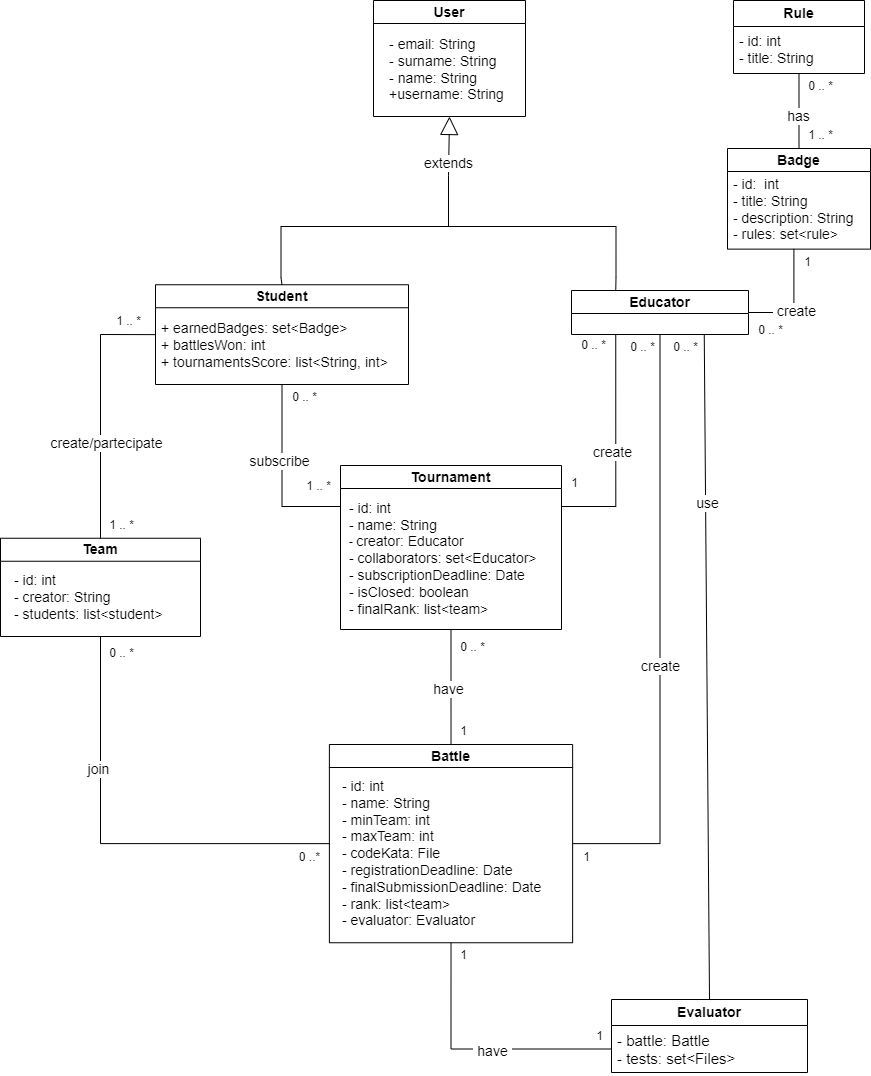
The draw.io diagram diagrams/class diagram (UML)/class_diagram.png in mttcrn/software-engineering-II-project, before a commit. Source tidied: cells renumbered, new cells last; positions are measured from the earlier drawing's top-left corner, leaving out a move shared by most shapes.
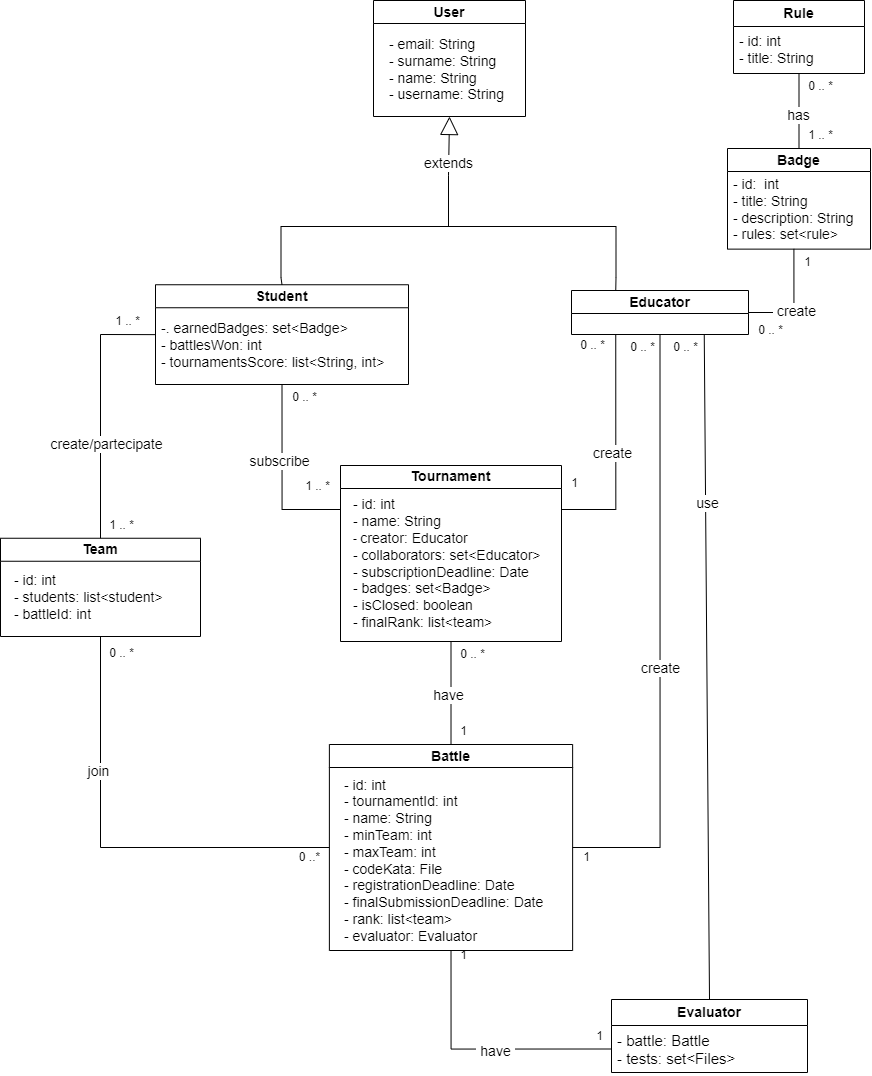
The same file after the commit.

The edit, as a diff of the source:
```diff
@@ -5,14 +5,14 @@
     <mxCell id="2" value="&lt;font style=&quot;font-size: 14px;&quot;&gt;User&lt;/font&gt;" style="swimlane;whiteSpace=wrap;html=1;startSize=23;rounded=0;labelBackgroundColor=none;" parent="1" vertex="1">
       <mxGeometry x="373" width="152" height="116" as="geometry" />
     </mxCell>
-    <mxCell id="3" value="&lt;div style=&quot;text-align: left;&quot;&gt;&lt;span style=&quot;font-size: 14px; background-color: initial;&quot;&gt;- email: String&amp;nbsp;&lt;/span&gt;&lt;/div&gt;&lt;font style=&quot;font-size: 14px;&quot;&gt;&lt;div style=&quot;text-align: left;&quot;&gt;&lt;span style=&quot;background-color: initial;&quot;&gt;- surname: String&lt;/span&gt;&lt;/div&gt;&lt;div style=&quot;text-align: left;&quot;&gt;&lt;span style=&quot;background-color: initial;&quot;&gt;- name: String&lt;/span&gt;&lt;/div&gt;&lt;div style=&quot;text-align: left;&quot;&gt;&lt;span style=&quot;background-color: initial;&quot;&gt;+username: String&lt;/span&gt;&lt;/div&gt;&lt;/font&gt;" style="text;html=1;align=center;verticalAlign=middle;strokeColor=none;fillColor=none;rounded=0;labelBackgroundColor=none;" parent="2" vertex="1">
+    <mxCell id="3" value="&lt;div style=&quot;text-align: left;&quot;&gt;&lt;span style=&quot;font-size: 14px; background-color: initial;&quot;&gt;- email: String&amp;nbsp;&lt;/span&gt;&lt;/div&gt;&lt;font style=&quot;font-size: 14px;&quot;&gt;&lt;div style=&quot;text-align: left;&quot;&gt;&lt;span style=&quot;background-color: initial;&quot;&gt;- surname: String&lt;/span&gt;&lt;/div&gt;&lt;div style=&quot;text-align: left;&quot;&gt;&lt;span style=&quot;background-color: initial;&quot;&gt;- name: String&lt;/span&gt;&lt;/div&gt;&lt;div style=&quot;text-align: left;&quot;&gt;&lt;span style=&quot;background-color: initial;&quot;&gt;- username: String&lt;/span&gt;&lt;/div&gt;&lt;/font&gt;" style="text;html=1;align=center;verticalAlign=middle;strokeColor=none;fillColor=none;rounded=0;labelBackgroundColor=none;" parent="2" vertex="1">
       <mxGeometry x="6" y="29" width="133" height="79" as="geometry" />
     </mxCell>
     <mxCell id="4" value="&lt;font style=&quot;font-size: 14px;&quot;&gt;Student&lt;/font&gt;" style="swimlane;whiteSpace=wrap;html=1;rounded=0;labelBackgroundColor=none;" parent="1" vertex="1">
       <mxGeometry x="155" y="284.2" width="253" height="99.8" as="geometry" />
     </mxCell>
-    <mxCell id="5" value="&lt;font style=&quot;font-size: 14px;&quot;&gt;+ earnedBadges: set&amp;lt;Badge&amp;gt;&lt;br&gt;+ battlesWon: int&lt;br&gt;+ tournamentsScore: list&amp;lt;String, int&amp;gt;&lt;br&gt;&lt;/font&gt;" style="text;html=1;align=left;verticalAlign=middle;strokeColor=none;fillColor=none;rounded=0;labelBackgroundColor=none;" parent="4" vertex="1">
-      <mxGeometry x="4" y="29.5" width="245" height="62" as="geometry" />
+    <mxCell id="5" value="&lt;font style=&quot;font-size: 14px;&quot;&gt;-. earnedBadges: set&amp;lt;Badge&amp;gt;&lt;br&gt;- battlesWon: int&lt;br&gt;- tournamentsScore: list&amp;lt;String, int&amp;gt;&lt;br&gt;&lt;/font&gt;" style="text;html=1;align=left;verticalAlign=middle;strokeColor=none;fillColor=none;rounded=0;labelBackgroundColor=none;" parent="4" vertex="1">
+      <mxGeometry x="4" y="29.5" width="241" height="62" as="geometry" />
     </mxCell>
     <mxCell id="6" value="&lt;font style=&quot;font-size: 14px;&quot;&gt;Educator&lt;/font&gt;" style="swimlane;whiteSpace=wrap;html=1;rounded=0;labelBackgroundColor=none;" parent="1" vertex="1">
       <mxGeometry x="571" y="290" width="177" height="44" as="geometry" />
@@ -21,10 +21,10 @@
       <mxGeometry x="-0.6" relative="1" as="geometry" />
     </mxCell>
     <mxCell id="8" value="&lt;font style=&quot;font-size: 14px;&quot;&gt;Tournament&lt;/font&gt;" style="swimlane;whiteSpace=wrap;html=1;rounded=0;labelBackgroundColor=none;" parent="1" vertex="1">
-      <mxGeometry x="340" y="465" width="221" height="164" as="geometry" />
+      <mxGeometry x="340" y="465" width="221" height="176" as="geometry" />
     </mxCell>
-    <mxCell id="9" value="&lt;font style=&quot;&quot;&gt;&lt;span style=&quot;font-size: 14px;&quot;&gt;- id: int&lt;/span&gt;&lt;br&gt;&lt;span style=&quot;font-size: 14px;&quot;&gt;- name: String&lt;br&gt;&lt;/span&gt;- &lt;font style=&quot;font-size: 14px;&quot;&gt;creator: Educator&lt;br&gt;&lt;/font&gt;&lt;font style=&quot;font-size: 14px;&quot;&gt;- collaborators: set&amp;lt;Educator&amp;gt;&lt;/font&gt;&lt;br&gt;&lt;div style=&quot;&quot;&gt;&lt;span style=&quot;font-size: 14px;&quot;&gt;- subscriptionDeadline: Date&lt;/span&gt;&lt;/div&gt;&lt;div style=&quot;&quot;&gt;&lt;span style=&quot;font-size: 14px;&quot;&gt;- isClosed: boolean&lt;/span&gt;&lt;/div&gt;&lt;div style=&quot;&quot;&gt;&lt;span style=&quot;font-size: 14px;&quot;&gt;- finalRank: list&amp;lt;team&amp;gt;&lt;/span&gt;&lt;/div&gt;&lt;/font&gt;" style="text;html=1;align=left;verticalAlign=middle;strokeColor=none;fillColor=none;rounded=0;labelBackgroundColor=none;" parent="8" vertex="1">
-      <mxGeometry x="6.5" y="28" width="206" height="130" as="geometry" />
+    <mxCell id="9" value="&lt;font style=&quot;&quot;&gt;&lt;span style=&quot;font-size: 14px;&quot;&gt;- id: int&lt;/span&gt;&lt;br&gt;&lt;span style=&quot;font-size: 14px;&quot;&gt;- name: String&lt;br&gt;&lt;/span&gt;- &lt;font style=&quot;font-size: 14px;&quot;&gt;creator: Educator&lt;br&gt;&lt;/font&gt;&lt;font style=&quot;font-size: 14px;&quot;&gt;- collaborators: set&amp;lt;Educator&amp;gt;&lt;/font&gt;&lt;br&gt;&lt;div style=&quot;&quot;&gt;&lt;span style=&quot;font-size: 14px;&quot;&gt;- subscriptionDeadline: Date&lt;/span&gt;&lt;/div&gt;&lt;div style=&quot;&quot;&gt;&lt;span style=&quot;font-size: 14px;&quot;&gt;- badges: set&amp;lt;Badge&amp;gt;&lt;/span&gt;&lt;/div&gt;&lt;div style=&quot;&quot;&gt;&lt;span style=&quot;font-size: 14px;&quot;&gt;- isClosed: boolean&lt;/span&gt;&lt;/div&gt;&lt;div style=&quot;&quot;&gt;&lt;span style=&quot;font-size: 14px;&quot;&gt;- finalRank: list&amp;lt;team&amp;gt;&lt;/span&gt;&lt;/div&gt;&lt;/font&gt;" style="text;html=1;align=left;verticalAlign=middle;strokeColor=none;fillColor=none;rounded=0;labelBackgroundColor=none;" parent="8" vertex="1">
+      <mxGeometry x="11" y="25" width="206" height="146" as="geometry" />
     </mxCell>
     <mxCell id="10" style="endArrow=none;html=1;rounded=0;entryX=0.5;entryY=1;entryDx=0;entryDy=0;exitX=0;exitY=0.25;exitDx=0;exitDy=0;enumerate=0;labelBackgroundColor=none;fontColor=default;edgeStyle=orthogonalEdgeStyle;" parent="1" edge="1" source="8" target="4">
       <mxGeometry relative="1" as="geometry" />
@@ -49,10 +49,10 @@
       <mxGeometry x="561" y="470" width="25" height="26" as="geometry" />
     </mxCell>
     <mxCell id="16" value="&lt;font style=&quot;font-size: 14px;&quot;&gt;Battle&lt;/font&gt;" style="swimlane;whiteSpace=wrap;html=1;rounded=0;labelBackgroundColor=none;" parent="1" vertex="1">
-      <mxGeometry x="328.9" y="744" width="243.2" height="198.2" as="geometry" />
+      <mxGeometry x="328.9" y="744" width="243.2" height="206" as="geometry" />
     </mxCell>
-    <mxCell id="17" value="&lt;font style=&quot;font-size: 14px;&quot;&gt;- id: int&lt;br&gt;- name: String&lt;br&gt;- minTeam: int&lt;br&gt;- maxTeam: int&lt;br&gt;- codeKata: File&lt;br&gt;- registrationDeadline: Date&lt;br&gt;- finalSubmissionDeadline: Date&lt;br&gt;- rank: list&amp;lt;team&amp;gt;&lt;br&gt;- evaluator: Evaluator&lt;br&gt;&lt;/font&gt;" style="text;html=1;align=left;verticalAlign=middle;strokeColor=none;fillColor=none;rounded=0;labelBackgroundColor=none;" parent="16" vertex="1">
-      <mxGeometry x="11.2" y="27" width="217" height="163" as="geometry" />
+    <mxCell id="17" value="&lt;font style=&quot;font-size: 14px;&quot;&gt;- id: int&lt;br&gt;- tournamentId: int&lt;br&gt;- name: String&lt;br&gt;- minTeam: int&lt;br&gt;- maxTeam: int&lt;br&gt;- codeKata: File&lt;br&gt;- registrationDeadline: Date&lt;br&gt;- finalSubmissionDeadline: Date&lt;br&gt;- rank: list&amp;lt;team&amp;gt;&lt;br&gt;- evaluator: Evaluator&lt;br&gt;&lt;/font&gt;" style="text;html=1;align=left;verticalAlign=middle;strokeColor=none;fillColor=none;rounded=0;labelBackgroundColor=none;" parent="16" vertex="1">
+      <mxGeometry x="13.1" y="26" width="217" height="180" as="geometry" />
     </mxCell>
     <mxCell id="18" style="endArrow=none;html=1;rounded=0;entryX=0.5;entryY=1;entryDx=0;entryDy=0;exitX=0.5;exitY=0;exitDx=0;exitDy=0;labelBackgroundColor=none;fontColor=default;" parent="1" edge="1" source="16" target="8">
       <mxGeometry relative="1" as="geometry" />
@@ -61,7 +61,7 @@
       <mxGeometry x="-0.03" y="3" relative="1" as="geometry" />
     </mxCell>
     <mxCell id="20" value="0 .. *" style="text;html=1;align=center;verticalAlign=middle;strokeColor=none;fillColor=none;rounded=0;labelBackgroundColor=none;" parent="1" vertex="1">
-      <mxGeometry x="450" y="634" width="43" height="26" as="geometry" />
+      <mxGeometry x="450" y="641" width="43" height="26" as="geometry" />
     </mxCell>
     <mxCell id="21" value="1" style="text;html=1;align=center;verticalAlign=middle;strokeColor=none;fillColor=none;rounded=0;labelBackgroundColor=none;" parent="1" vertex="1">
       <mxGeometry x="450" y="718" width="25" height="26" as="geometry" />
@@ -69,7 +69,7 @@
     <mxCell id="22" value="&lt;font style=&quot;font-size: 14px;&quot;&gt;Team&lt;/font&gt;" style="swimlane;whiteSpace=wrap;html=1;startSize=23;rounded=0;labelBackgroundColor=none;" parent="1" vertex="1">
       <mxGeometry y="537.8" width="200" height="98.2" as="geometry" />
     </mxCell>
-    <mxCell id="23" value="&lt;font style=&quot;font-size: 14px;&quot;&gt;- id: int&lt;br&gt;- creator: String&lt;br&gt;- students: list&amp;lt;student&amp;gt;&lt;/font&gt;" style="text;html=1;align=left;verticalAlign=middle;strokeColor=none;fillColor=none;rounded=0;labelBackgroundColor=none;" parent="22" vertex="1">
+    <mxCell id="23" value="&lt;font style=&quot;font-size: 14px;&quot;&gt;- id: int&lt;br&gt;- students: list&amp;lt;student&amp;gt;&lt;br&gt;- battleId: int&lt;br&gt;&lt;/font&gt;" style="text;html=1;align=left;verticalAlign=middle;strokeColor=none;fillColor=none;rounded=0;labelBackgroundColor=none;" parent="22" vertex="1">
       <mxGeometry x="12" y="28.2" width="167" height="62" as="geometry" />
     </mxCell>
     <mxCell id="24" style="endArrow=none;html=1;rounded=0;entryX=0;entryY=0.5;entryDx=0;entryDy=0;exitX=0.5;exitY=0;exitDx=0;exitDy=0;labelBackgroundColor=none;fontColor=default;" parent="1" edge="1" source="22" target="4">
```
